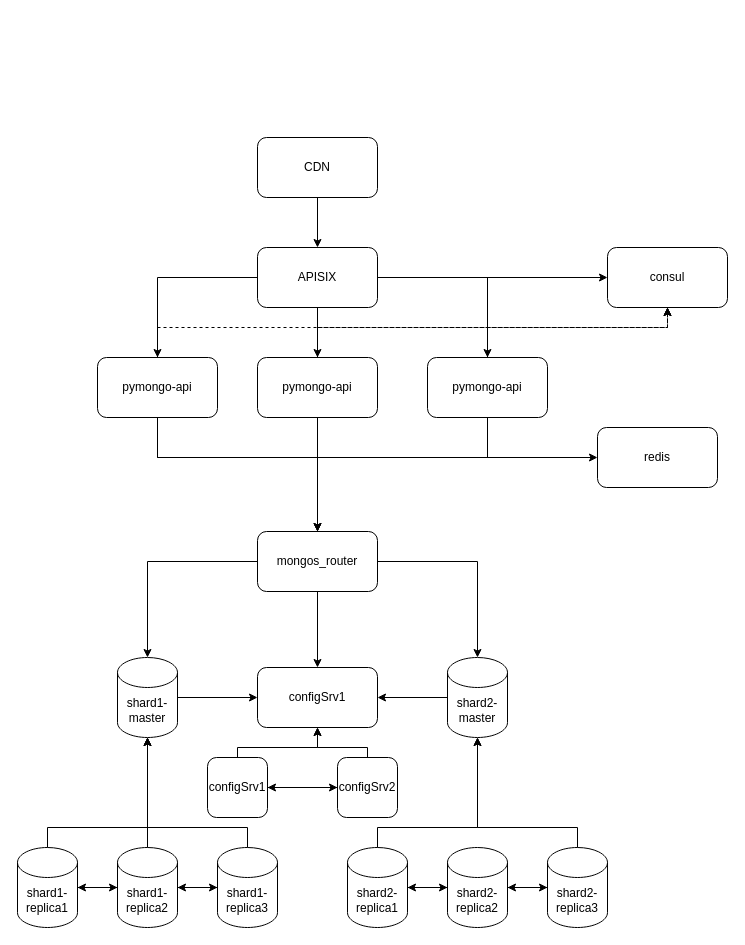
PrSergey/architecture-mesto keeps this draw.io diagram as shcema.drawio. Above is the earlier version. Source tidied: cells renumbered, new cells numbered last; positions are measured from the earlier drawing's top-left corner, leaving out a move shared by most shapes. Both pictures are drawn from the tidied source at 100%, with x=0, y=0 at pixel (17, 137).
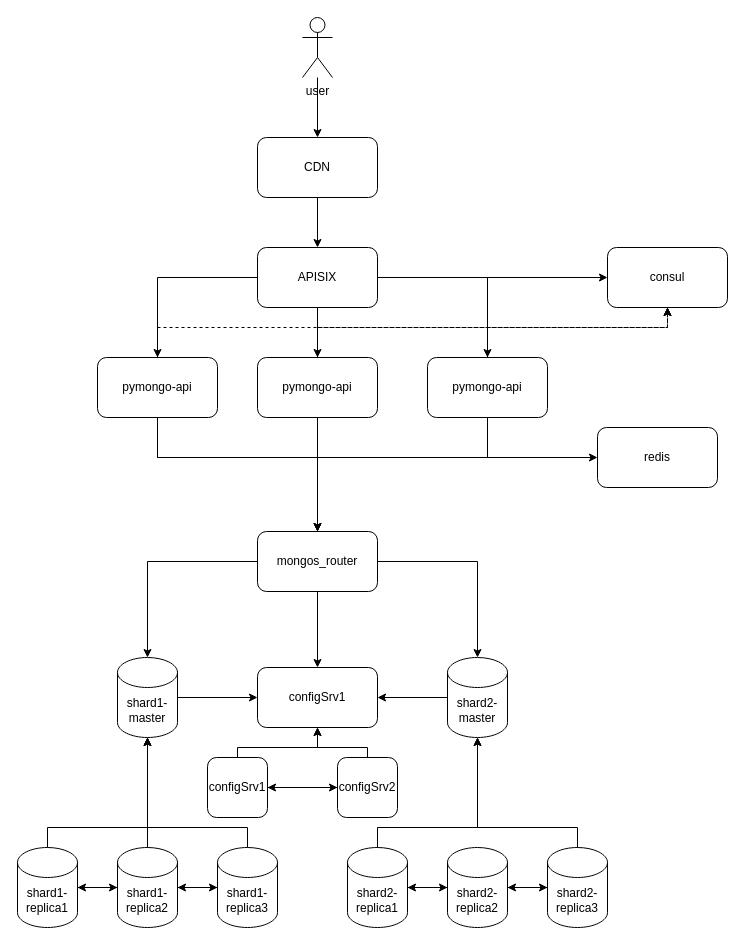
The same diagram, later.

Commit message:
shard, cache, replication

The change refers to these unchanged cells:
```xml
<mxCell id="46" value="CDN" style="rounded=1;whiteSpace=wrap;html=1;" parent="1" vertex="1">
  <mxGeometry x="240" width="120" height="60" as="geometry" />
</mxCell>
```

Change to the diagram source:
```diff
@@
+    <mxCell id="55" style="edgeStyle=orthogonalEdgeStyle;rounded=0;jettySize=auto;html=1;" parent="1" edge="1" source="56" target="46">
+      <mxGeometry relative="1" as="geometry" />
+    </mxCell>
+    <mxCell id="56" value="user" style="shape=umlActor;verticalLabelPosition=bottom;verticalAlign=top;html=1;outlineConnect=0;" parent="1" vertex="1">
+      <mxGeometry x="285" y="-120" width="30" height="60" as="geometry" />
+    </mxCell>
```
